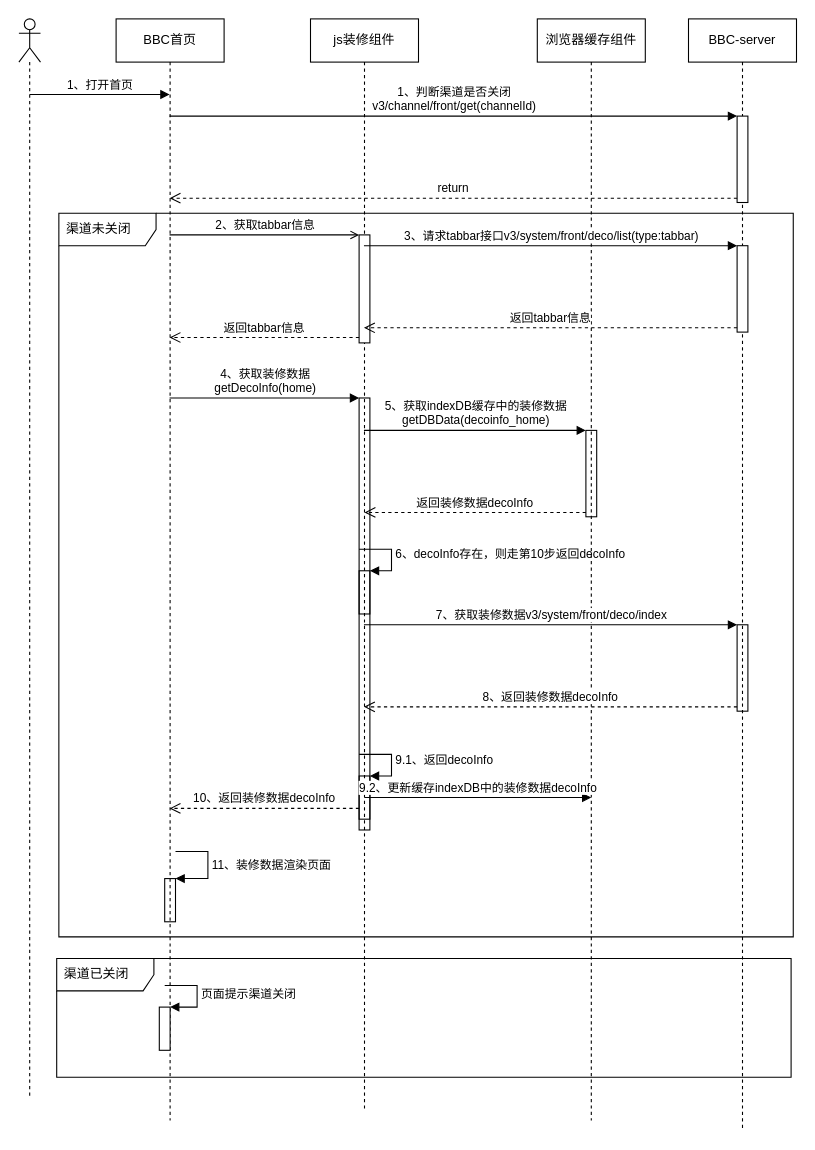
This is page "BBC首页加载流程" (6 of 7) of B+流程图.drawio from huturenji/drawio, a draw.io file, before an edit. Source tidied: cells renumbered, new cells numbered last; positions are measured from the earlier drawing's top-left corner, leaving out a move shared by most shapes. Both pictures are drawn from the tidied source at 108%, with x=0, y=0 at pixel (18, 18).
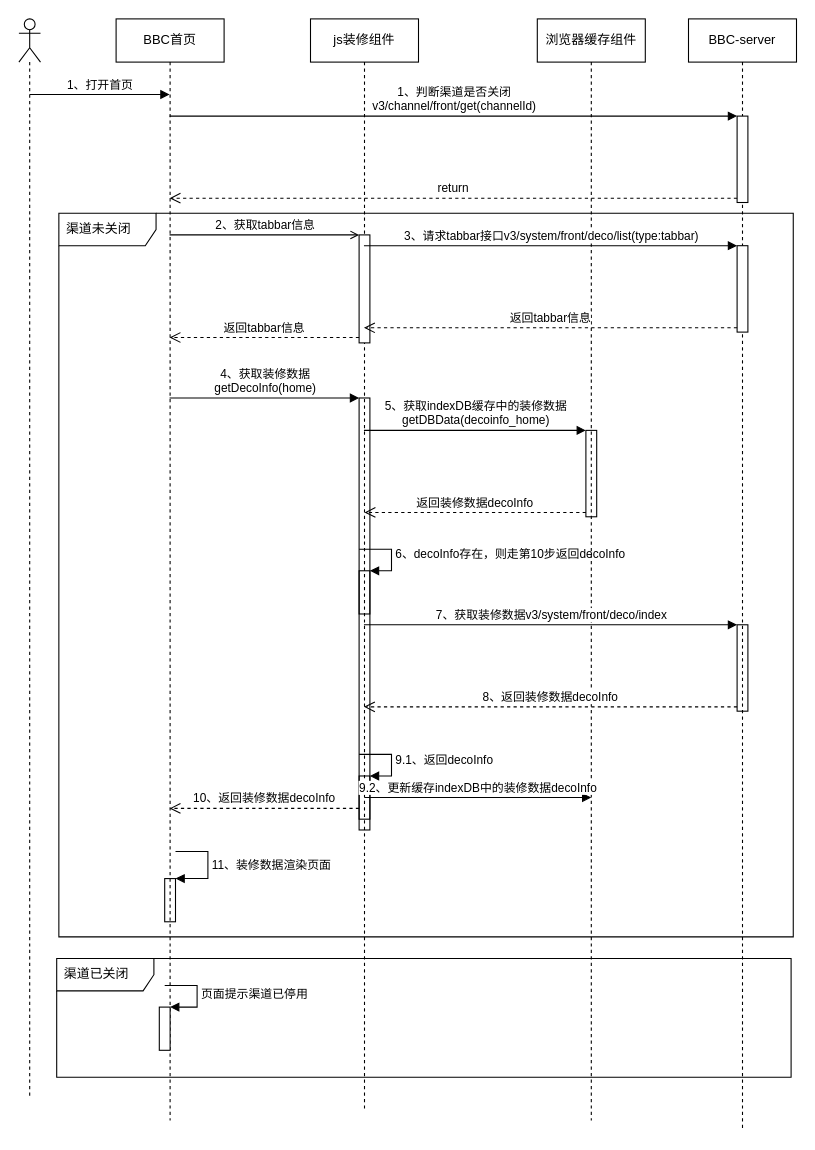
Above is the later version.

The change refers to these unchanged cells:
```xml
<mxCell id="35" style="html=1;points=[];perimeter=orthogonalPerimeter;" parent="1" vertex="1">
  <mxGeometry x="130" y="915" width="10" height="40" as="geometry" />
</mxCell>
```

Change to the diagram source:
```diff
@@
-    <mxCell id="36" value="页面提示渠道关闭" style="edgeStyle=orthogonalEdgeStyle;html=1;align=left;spacingLeft=2;endArrow=block;rounded=0;entryX=1;entryY=0;" parent="1" edge="1" target="35">
+    <mxCell id="36" value="页面提示渠道已停用" style="edgeStyle=orthogonalEdgeStyle;html=1;align=left;spacingLeft=2;endArrow=block;rounded=0;entryX=1;entryY=0;" parent="1" edge="1" target="35">
       <mxGeometry relative="1" as="geometry">
         <mxPoint x="135" y="895" as="sourcePoint" />
         <Array as="points">
           <mxPoint x="165" y="895" />
         </Array>
       </mxGeometry>
     </mxCell>
```
